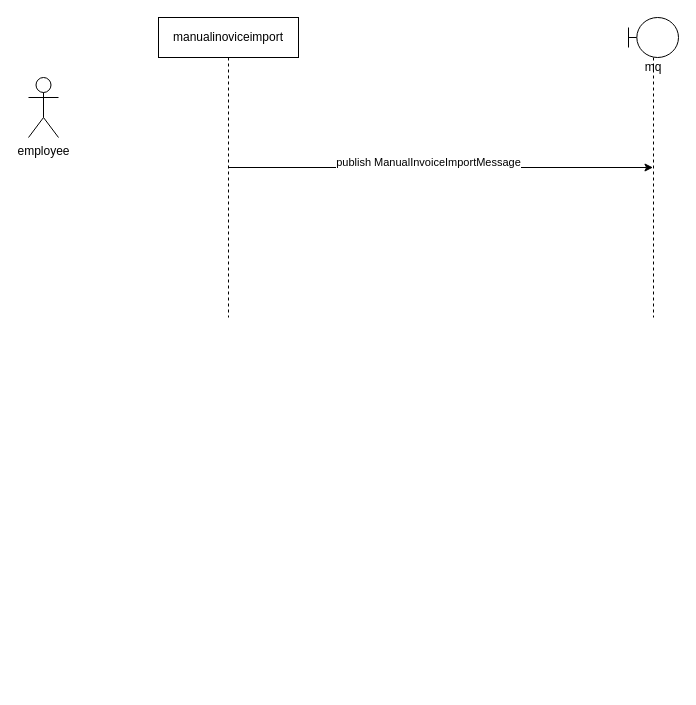
yi2003/diagram keeps this draw.io diagram as manual invoice upload.drawio. Above is the earlier version. Source tidied: cells renumbered, new cells numbered last; positions are measured from the earlier drawing's top-left corner, leaving out a move shared by most shapes. Both pictures are drawn from the tidied source at 100%, with x=0, y=0 at pixel (28, 17).
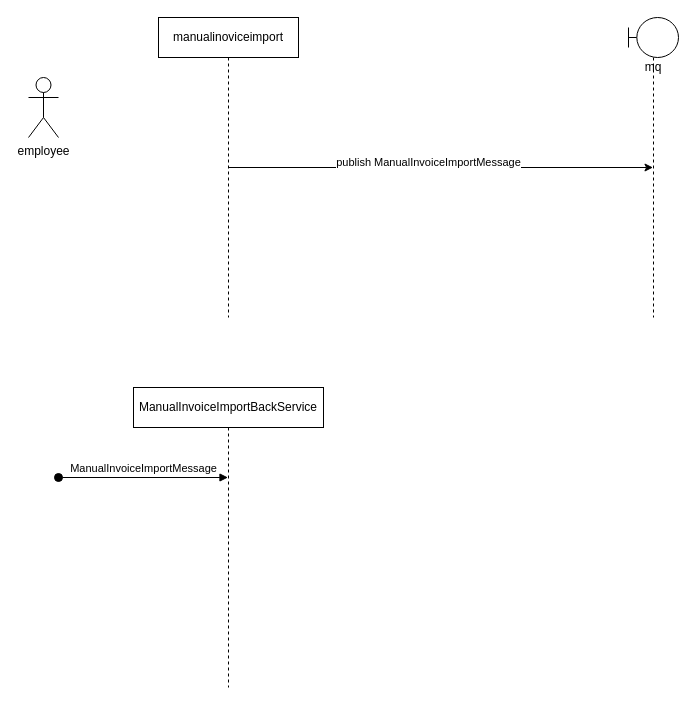
The same diagram, later.

What changed in the source:
```diff
@@
 <mxGraphModel>
   <root>
     <mxCell id="0" />
     <mxCell id="1" parent="0" />
     <mxCell id="2" value="employee" style="shape=umlActor;verticalLabelPosition=bottom;verticalAlign=top;html=1;" parent="1" vertex="1">
       <mxGeometry y="60" width="30" height="60" as="geometry" />
     </mxCell>
     <mxCell id="3" style="edgeStyle=orthogonalEdgeStyle;rounded=0;jettySize=auto;html=1;" parent="1" edge="1" source="5" target="6">
       <mxGeometry relative="1" as="geometry" />
     </mxCell>
     <mxCell id="4" value="publish ManualInvoiceImportMessage" style="edgeLabel;html=1;align=center;verticalAlign=middle;" parent="3" vertex="1">
       <mxGeometry x="-0.06" y="6" relative="1" as="geometry" />
     </mxCell>
     <mxCell id="5" value="manualinoviceimport" style="shape=umlLifeline;perimeter=lifelinePerimeter;whiteSpace=wrap;html=1;outlineConnect=0;" parent="1" vertex="1">
       <mxGeometry x="130" width="140" height="300" as="geometry" />
     </mxCell>
     <mxCell id="6" value="mq" style="shape=umlLifeline;participant=umlBoundary;perimeter=lifelinePerimeter;whiteSpace=wrap;html=1;verticalAlign=top;spacingTop=36;outlineConnect=0;" parent="1" vertex="1">
       <mxGeometry x="600" width="50" height="300" as="geometry" />
     </mxCell>
+    <mxCell id="7" value="ManualInvoiceImportBackService" style="shape=umlLifeline;perimeter=lifelinePerimeter;whiteSpace=wrap;html=1;outlineConnect=0;" parent="1" vertex="1">
+      <mxGeometry x="105" y="370" width="190" height="300" as="geometry" />
+    </mxCell>
+    <mxCell id="8" value="ManualInvoiceImportMessage" style="html=1;verticalAlign=bottom;startArrow=oval;startFill=1;endArrow=block;startSize=8;rounded=0;" parent="1" edge="1" target="7">
+      <mxGeometry relative="1" as="geometry">
+        <mxPoint x="30" y="460" as="sourcePoint" />
+      </mxGeometry>
+    </mxCell>
   </root>
 </mxGraphModel>
```
